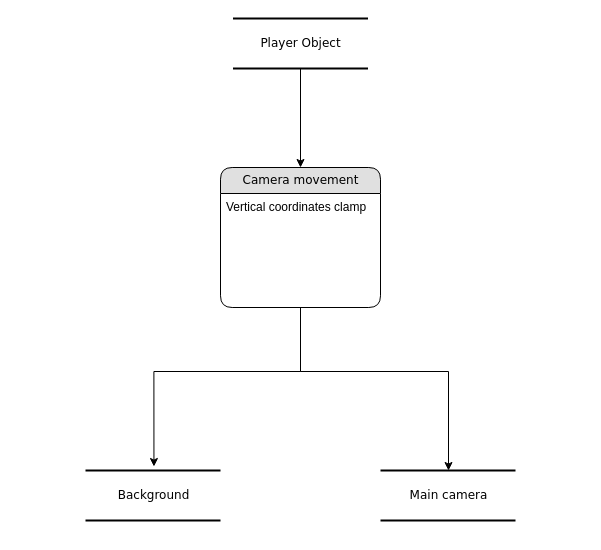
The draw.io diagram diagrams/player_controller.drawio in aegroto/ics2211-assignment, before the edit. Source tidied: cells renumbered, new cells numbered last; positions are measured from the earlier drawing's top-left corner, leaving out a move shared by most shapes. Both pictures are drawn from the tidied source at 100%, with x=0, y=0 at pixel (85, 18).
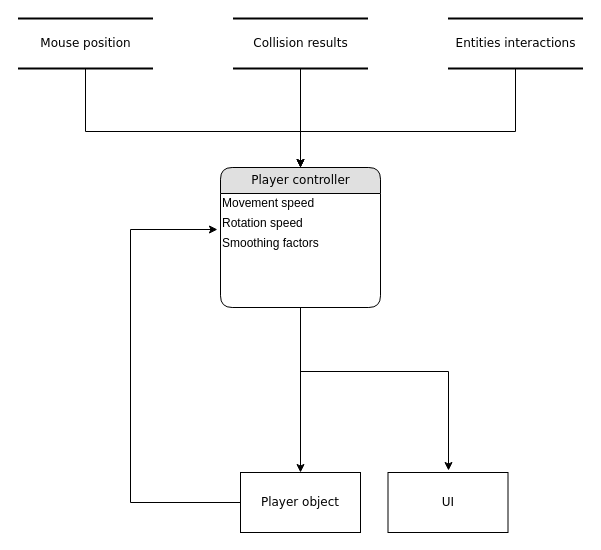
The same page after the edit.

Diff of the diagram source:
```diff
@@
-    <mxCell id="2" value="Background" style="html=1;rounded=0;shadow=0;comic=0;labelBackgroundColor=none;strokeWidth=2;fontFamily=Verdana;fontSize=12;align=center;shape=mxgraph.ios7ui.horLines;" parent="1" vertex="1">
-      <mxGeometry y="452" width="135" height="50" as="geometry" />
-    </mxCell>
-    <mxCell id="3" style="edgeStyle=orthogonalEdgeStyle;rounded=0;jettySize=auto;html=1;entryX=0.507;entryY=-0.08;entryDx=0;entryDy=0;entryPerimeter=0;" parent="1" edge="1" source="5" target="2">
-      <mxGeometry relative="1" as="geometry">
-        <Array as="points">
-          <mxPoint x="215" y="353" />
-          <mxPoint x="68" y="353" />
-        </Array>
-      </mxGeometry>
-    </mxCell>
-    <mxCell id="4" style="edgeStyle=orthogonalEdgeStyle;rounded=0;jettySize=auto;html=1;exitX=0.5;exitY=1;exitDx=0;exitDy=0;" parent="1" edge="1" source="5" target="7">
+    <mxCell id="4" style="edgeStyle=orthogonalEdgeStyle;rounded=0;jettySize=auto;html=1;exitX=0.5;exitY=1;exitDx=0;exitDy=0;" parent="1" edge="1" source="5">
       <mxGeometry relative="1" as="geometry">
+        <mxPoint x="363" y="452" as="targetPoint" />
         <Array as="points">
           <mxPoint x="215" y="353" />
           <mxPoint x="363" y="353" />
         </Array>
       </mxGeometry>
     </mxCell>
+    <mxCell id="10" style="edgeStyle=orthogonalEdgeStyle;rounded=0;jettySize=auto;html=1;" parent="1" edge="1" source="5" target="19">
+      <mxGeometry relative="1" as="geometry" />
+    </mxCell>
-    <mxCell id="5" value="Camera movement" style="swimlane;html=1;fontStyle=0;horizontal=1;startSize=26;fillColor=#e0e0e0;swimlaneFillColor=#ffffff;align=center;rounded=1;shadow=0;comic=0;labelBackgroundColor=none;strokeWidth=1;fontFamily=Verdana;fontSize=12;" parent="1" vertex="1">
+    <mxCell id="5" value="Player controller" style="swimlane;html=1;fontStyle=0;horizontal=1;startSize=26;fillColor=#e0e0e0;swimlaneFillColor=#ffffff;align=center;rounded=1;shadow=0;comic=0;labelBackgroundColor=none;strokeWidth=1;fontFamily=Verdana;fontSize=12;" parent="1" vertex="1">
       <mxGeometry x="135" y="149" width="160" height="140" as="geometry" />
     </mxCell>
-    <mxCell id="6" value="Vertical coordinates clamp" style="text;html=1;strokeColor=none;fillColor=none;spacingLeft=4;spacingRight=4;whiteSpace=wrap;overflow=hidden;" parent="5" vertex="1">
-      <mxGeometry y="26" width="160" height="26" as="geometry" />
-    </mxCell>
-    <mxCell id="7" value="Main camera" style="html=1;rounded=0;shadow=0;comic=0;labelBackgroundColor=none;strokeWidth=2;fontFamily=Verdana;fontSize=12;align=center;shape=mxgraph.ios7ui.horLines;" parent="1" vertex="1">
-      <mxGeometry x="295" y="452" width="135" height="50" as="geometry" />
-    </mxCell>
+    <mxCell id="11" value="Movement speed" style="text;html=1;strokeColor=none;fillColor=none;align=left;verticalAlign=middle;whiteSpace=wrap;rounded=0;" parent="5" vertex="1">
+      <mxGeometry y="26" width="160" height="20" as="geometry" />
+    </mxCell>
+    <mxCell id="12" value="Rotation speed" style="text;html=1;strokeColor=none;fillColor=none;align=left;verticalAlign=middle;whiteSpace=wrap;rounded=0;" parent="5" vertex="1">
+      <mxGeometry y="46" width="160" height="20" as="geometry" />
+    </mxCell>
+    <mxCell id="13" value="Smoothing factors" style="text;html=1;strokeColor=none;fillColor=none;align=left;verticalAlign=middle;whiteSpace=wrap;rounded=0;" parent="5" vertex="1">
+      <mxGeometry y="66" width="160" height="20" as="geometry" />
+    </mxCell>
@@
-    <mxCell id="9" value="Player Object" style="html=1;rounded=0;shadow=0;comic=0;labelBackgroundColor=none;strokeWidth=2;fontFamily=Verdana;fontSize=12;align=center;shape=mxgraph.ios7ui.horLines;" parent="1" vertex="1">
+    <mxCell id="9" value="Collision results" style="html=1;rounded=0;shadow=0;comic=0;labelBackgroundColor=none;strokeWidth=2;fontFamily=Verdana;fontSize=12;align=center;shape=mxgraph.ios7ui.horLines;" parent="1" vertex="1">
       <mxGeometry x="147.5" width="135" height="50" as="geometry" />
     </mxCell>
+    <mxCell id="14" style="edgeStyle=orthogonalEdgeStyle;rounded=0;jettySize=auto;html=1;entryX=0.5;entryY=0;entryDx=0;entryDy=0;" parent="1" edge="1" source="15" target="5">
+      <mxGeometry relative="1" as="geometry">
+        <Array as="points">
+          <mxPoint y="113" />
+          <mxPoint x="215" y="113" />
+        </Array>
+      </mxGeometry>
+    </mxCell>
+    <mxCell id="15" value="Mouse position" style="html=1;rounded=0;shadow=0;comic=0;labelBackgroundColor=none;strokeWidth=2;fontFamily=Verdana;fontSize=12;align=center;shape=mxgraph.ios7ui.horLines;" parent="1" vertex="1">
+      <mxGeometry x="-67.5" width="135" height="50" as="geometry" />
+    </mxCell>
+    <mxCell id="16" style="edgeStyle=orthogonalEdgeStyle;rounded=0;jettySize=auto;html=1;entryX=0.5;entryY=0;entryDx=0;entryDy=0;" parent="1" edge="1" source="17" target="5">
+      <mxGeometry relative="1" as="geometry">
+        <Array as="points">
+          <mxPoint x="430" y="113" />
+          <mxPoint x="215" y="113" />
+        </Array>
+      </mxGeometry>
+    </mxCell>
+    <mxCell id="17" value="Entities interactions" style="html=1;rounded=0;shadow=0;comic=0;labelBackgroundColor=none;strokeWidth=2;fontFamily=Verdana;fontSize=12;align=center;shape=mxgraph.ios7ui.horLines;" parent="1" vertex="1">
+      <mxGeometry x="362.5" width="135" height="50" as="geometry" />
+    </mxCell>
+    <mxCell id="18" style="edgeStyle=orthogonalEdgeStyle;rounded=0;jettySize=auto;html=1;entryX=-0.019;entryY=-0.2;entryDx=0;entryDy=0;entryPerimeter=0;fontFamily=Verdana;" parent="1" edge="1" source="19" target="13">
+      <mxGeometry relative="1" as="geometry">
+        <Array as="points">
+          <mxPoint x="45" y="484" />
+          <mxPoint x="45" y="211" />
+        </Array>
+      </mxGeometry>
+    </mxCell>
+    <mxCell id="19" value="Player object" style="rounded=0;whiteSpace=wrap;html=1;fontFamily=Verdana;" parent="1" vertex="1">
+      <mxGeometry x="155" y="454" width="120" height="60" as="geometry" />
+    </mxCell>
+    <mxCell id="20" value="UI" style="rounded=0;whiteSpace=wrap;html=1;fontFamily=Verdana;" parent="1" vertex="1">
+      <mxGeometry x="302.5" y="454" width="120" height="60" as="geometry" />
+    </mxCell>
```
